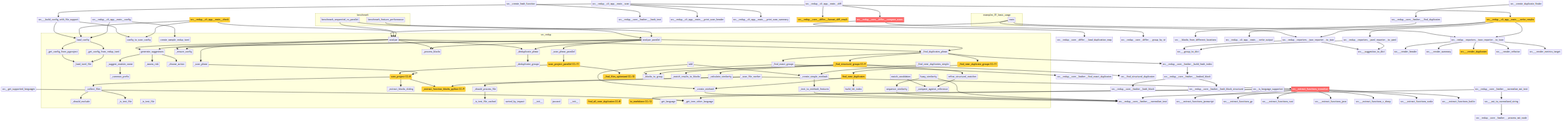
Earlier version of the Mermaid export project/flow.png (semcod/redup). Its source is kept beside it as project/flow.mmd.
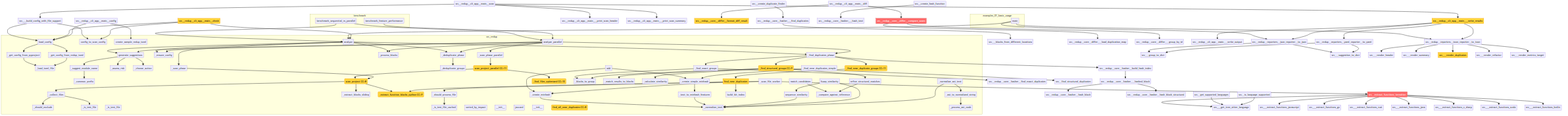
Later version of the same file.

What changed in the source:
```diff
@@ -63,17 +63,17 @@
         src___compare_against_reference["_compare_against_reference"]
         src__redup__core__matcher__match_candidates["match_candidates"]
         src__refine_structural_matches["refine_structural_matches"]
-        src__to_markdown("to_markdown CC=12")
-        src____init__["__init__"]
-        src__get_language["get_language"]
-        src___get_tree_sitter_language["_get_tree_sitter_language"]
+        src__redup__core__hasher___normalize_text["_normalize_text"]
+        src__redup__core__hasher___normalize_ast_text["_normalize_ast_text"]
+        src___ast_to_normalized_string["_ast_to_normalized_string"]
+        src__redup__core__hasher___process_ast_node["_process_ast_node"]
     end
+    benchmark__benchmark_sequential_vs_parallel --> src__redup__core__pipeline__analyze
+    benchmark__benchmark_sequential_vs_parallel --> src__redup__core__pipeline__analyze_parallel
+    benchmark__benchmark_feature_performance --> src__redup__core__pipeline__analyze_parallel
     examples__01_basic_usage__main --> src__redup__core__pipeline__analyze
     examples__01_basic_usage__main --> src__redup__reporters__toon_reporter__to_toon
     examples__01_basic_usage__main --> src__redup__reporters__json_reporter__to_json
-    benchmark__benchmark_sequential_vs_parallel --> src__redup__core__pipeline__analyze
-    benchmark__benchmark_sequential_vs_parallel --> src__redup__core__pipeline__analyze_parallel
-    benchmark__benchmark_feature_performance --> src__redup__core__pipeline__analyze_parallel
     src___get_config_from_pyproject --> src__redup__core__config___load_toml_file
     src___get_config_from_redup_toml --> src__redup__core__config___load_toml_file
     src__redup__core__config__load_config --> src___get_config_from_redup_toml
@@ -133,27 +133,6 @@
     src__redup__core__matcher__fuzzy_similarity --> src__redup__core__matcher__sequence_similarity
     src__redup__core__matcher__match_candidates --> src___compare_against_reference
     src__refine_structural_matches --> src___compare_against_reference
-    src__extract_functions_treesitter --> src___get_tree_sitter_language
-    src__extract_functions_treesitter --> src___extract_functions_javascript
-    src__extract_functions_treesitter --> src___extract_functions_go
-    src__extract_functions_treesitter --> src___extract_functions_rust
-    src__extract_functions_treesitter --> src___extract_functions_java
-    src__extract_functions_treesitter --> src___extract_functions_c_sharp
-    src__extract_functions_treesitter --> src___extract_functions_scala
-    src__extract_functions_treesitter --> src___extract_functions_kotlin
-    src__get_supported_languages --> src___get_tree_sitter_language
-    src__is_language_supported --> src___get_tree_sitter_language
-    src__redup__reporters__json_reporter__to_json --> src___group_to_dict
-    src__redup__reporters__json_reporter__to_json --> src___suggestion_to_dict
-    src__redup__reporters__toon_reporter__to_toon --> src___render_header
-    src__redup__reporters__toon_reporter__to_toon --> src___render_summary
-    src__redup__reporters__toon_reporter__to_toon --> src___render_duplicates
-    src__redup__reporters__toon_reporter__to_toon --> src___render_refactor
-    src__redup__reporters__toon_reporter__to_toon --> src___render_metrics_target
-    src__redup__reporters__yaml_reporter__to_yaml --> src___group_to_dict
-    src__redup__reporters__yaml_reporter__to_yaml --> src___suggestion_to_dict
-    src__redup__core__differ__compare_scans --> src__redup__core__differ___load_duplication_map
-    src__redup__core__differ__compare_scans --> src__redup__core__differ___group_by_id
     src__redup__core__hasher___normalize_ast_text --> src__redup__core__hasher___normalize_text
     src__redup__core__hasher___normalize_ast_text --> src___ast_to_normalized_string
     src___ast_to_normalized_string --> src__redup__core__hasher___process_ast_node
@@ -161,8 +140,12 @@
     src__redup__core__hasher___hashed_block --> src__redup__core__hasher__hash_block_structural
     src__redup__core__hasher__build_hash_index --> src__redup__core__hasher___hashed_block
     src__redup__core__hasher___find_duplicates --> src___blocks_from_different_locations
-    src__create_hash_function --> src__redup__core__hasher___hash_text
-    src__create_duplicate_finder --> src__redup__core__hasher___find_duplicates
+    src__redup__reporters__json_reporter__to_json --> src___group_to_dict
+    src__redup__reporters__json_reporter__to_json --> src___suggestion_to_dict
+    src__redup__core__differ__compare_scans --> src__redup__core__differ___load_duplication_map
+    src__redup__core__differ__compare_scans --> src__redup__core__differ___group_by_id
+    src__redup__reporters__yaml_reporter__to_yaml --> src___group_to_dict
+    src__redup__reporters__yaml_reporter__to_yaml --> src___suggestion_to_dict
     src___build_config_with_file_support --> src__redup__core__config__load_config
     src___build_config_with_file_support --> src__redup__core__config__config_to_scan_config
     src__redup__cli_app__main___write_results --> src__redup__cli_app__main___write_output
@@ -180,8 +163,25 @@
     src__redup__cli_app__main__check --> src__redup__core__pipeline__analyze
     src__redup__cli_app__main__config --> src__redup__core__config__create_sample_redup_toml
     src__redup__cli_app__main__config --> src__redup__core__config__load_config
+    src__create_hash_function --> src__redup__core__hasher___hash_text
+    src__create_duplicate_finder --> src__redup__core__hasher___find_duplicates
+    src__extract_functions_treesitter --> src___get_tree_sitter_language
+    src__extract_functions_treesitter --> src___extract_functions_javascript
+    src__extract_functions_treesitter --> src___extract_functions_go
+    src__extract_functions_treesitter --> src___extract_functions_rust
+    src__extract_functions_treesitter --> src___extract_functions_java
+    src__extract_functions_treesitter --> src___extract_functions_c_sharp
+    src__extract_functions_treesitter --> src___extract_functions_scala
+    src__extract_functions_treesitter --> src___extract_functions_kotlin
+    src__get_supported_languages --> src___get_tree_sitter_language
+    src__is_language_supported --> src___get_tree_sitter_language
+    src__redup__reporters__toon_reporter__to_toon --> src___render_header
+    src__redup__reporters__toon_reporter__to_toon --> src___render_summary
+    src__redup__reporters__toon_reporter__to_toon --> src___render_duplicates
+    src__redup__reporters__toon_reporter__to_toon --> src___render_refactor
+    src__redup__reporters__toon_reporter__to_toon --> src___render_metrics_target
 
     classDef highCC fill:#ff6b6b,stroke:#c92a2a,color:#fff
     classDef medCC fill:#ffd43b,stroke:#f08c00,color:#000
-    class src__extract_functions_treesitter,src__redup__core__differ__compare_scans highCC
-    class src___extract_function_blocks_python,src__redup__core__scanner__scan_project,src__scan_project_parallel,src___find_files_optimized,src___find_structural_groups,src___find_near_duplicate_groups,src__find_near_duplicates,src__find_all_near_duplicates,src__to_markdown,src___render_duplicates,src__redup__core__differ__format_diff_result,src__redup__cli_app__main___write_results,src__redup__cli_app__main__check,src___get_refactoring_metrics medCC
+    class src__redup__core__differ__compare_scans,src__extract_functions_treesitter highCC
+    class src___extract_function_blocks_python,src__redup__core__scanner__scan_project,src__scan_project_parallel,src___find_files_optimized,src___find_structural_groups,src___find_near_duplicate_groups,src__find_near_duplicates,src__find_all_near_duplicates,src__to_markdown,src__redup__core__differ__format_diff_result,src__redup__cli_app__main___write_results,src__redup__cli_app__main__check,src___render_duplicates,src___get_refactoring_metrics medCC
```
